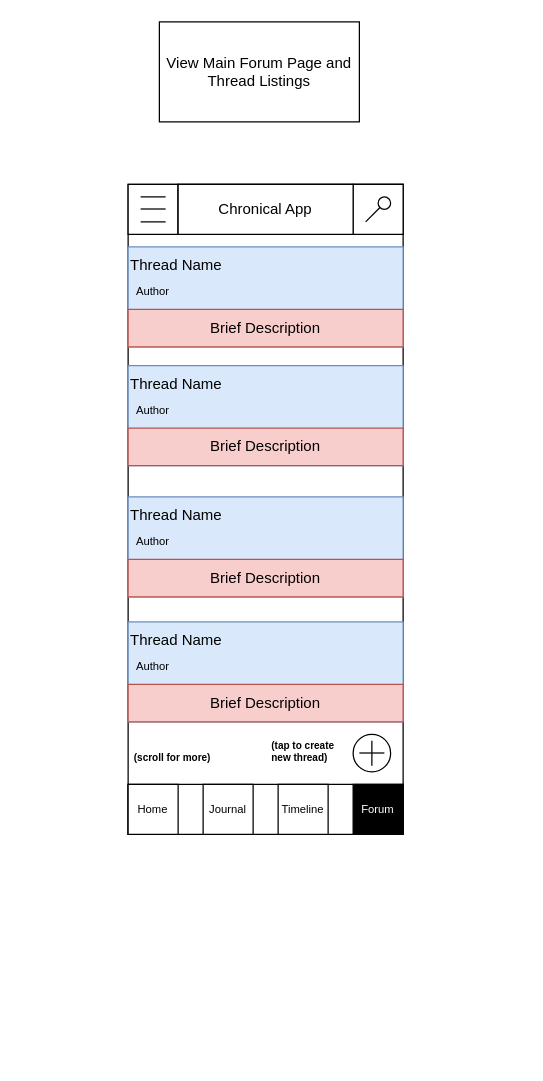
Before: page "ForumPage" (9 of 15) of Chronicle_Initial_App_Wireframe_Designs.drawio in Vaibhav-G-Parmar/Chronicle-Your-Ultimate-Travel-Companion, a draw.io diagram. Source tidied: cells renumbered, new cells numbered last; positions are measured from the earlier drawing's top-left corner, leaving out a move shared by most shapes. Both pictures are drawn from the tidied source at 125%, with x=0, y=0 at pixel (115, 21).
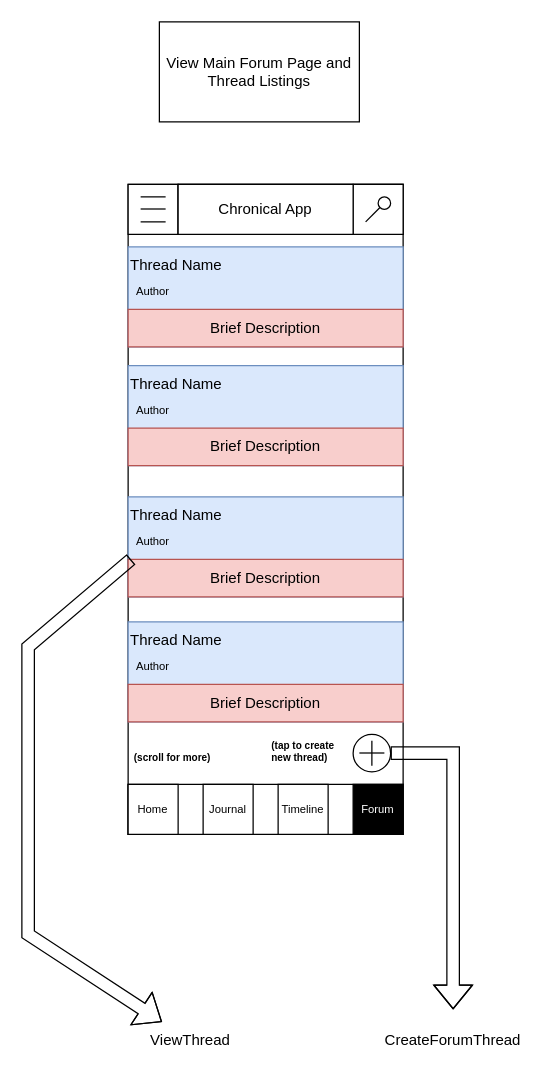
After the change.

Unchanged cells that the change refers to:
```xml
<mxCell id="27" value="&lt;font style=&quot;font-size: 9px;&quot;&gt;Author&lt;/font&gt;" style="text;html=1;strokeColor=none;fillColor=none;align=center;verticalAlign=middle;whiteSpace=wrap;rounded=0;" parent="1" vertex="1">
  <mxGeometry y="400" width="60" height="30" as="geometry" />
</mxCell>
<mxCell id="29" style="ellipse;whiteSpace=wrap;html=1;" parent="1" vertex="1">
  <mxGeometry x="190" y="570" width="30" height="30" as="geometry" />
</mxCell>
```

Change to the diagram source:
```diff
@@
+    <mxCell id="40" style="shape=flexArrow;endArrow=classic;html=1;rounded=0;" parent="1" edge="1" source="27" target="41">
+      <mxGeometry relative="1" as="geometry">
+        <Array as="points">
+          <mxPoint x="-70" y="500" />
+          <mxPoint x="-70" y="730" />
+        </Array>
+      </mxGeometry>
+    </mxCell>
+    <mxCell id="41" value="ViewThread" style="text;html=1;strokeColor=none;fillColor=none;align=center;verticalAlign=middle;whiteSpace=wrap;rounded=0;" parent="1" vertex="1">
+      <mxGeometry x="30" y="800" width="60" height="30" as="geometry" />
+    </mxCell>
+    <mxCell id="42" style="shape=flexArrow;endArrow=classic;html=1;rounded=0;exitX=1;exitY=0.5;exitDx=0;exitDy=0;" parent="1" edge="1" source="29">
+      <mxGeometry relative="1" as="geometry">
+        <mxPoint x="270" y="790" as="targetPoint" />
+        <Array as="points">
+          <mxPoint x="270" y="585" />
+        </Array>
+      </mxGeometry>
+    </mxCell>
+    <mxCell id="43" value="CreateForumThread" style="text;html=1;strokeColor=none;fillColor=none;align=center;verticalAlign=middle;whiteSpace=wrap;rounded=0;" parent="1" vertex="1">
+      <mxGeometry x="240" y="800" width="60" height="30" as="geometry" />
+    </mxCell>
```
